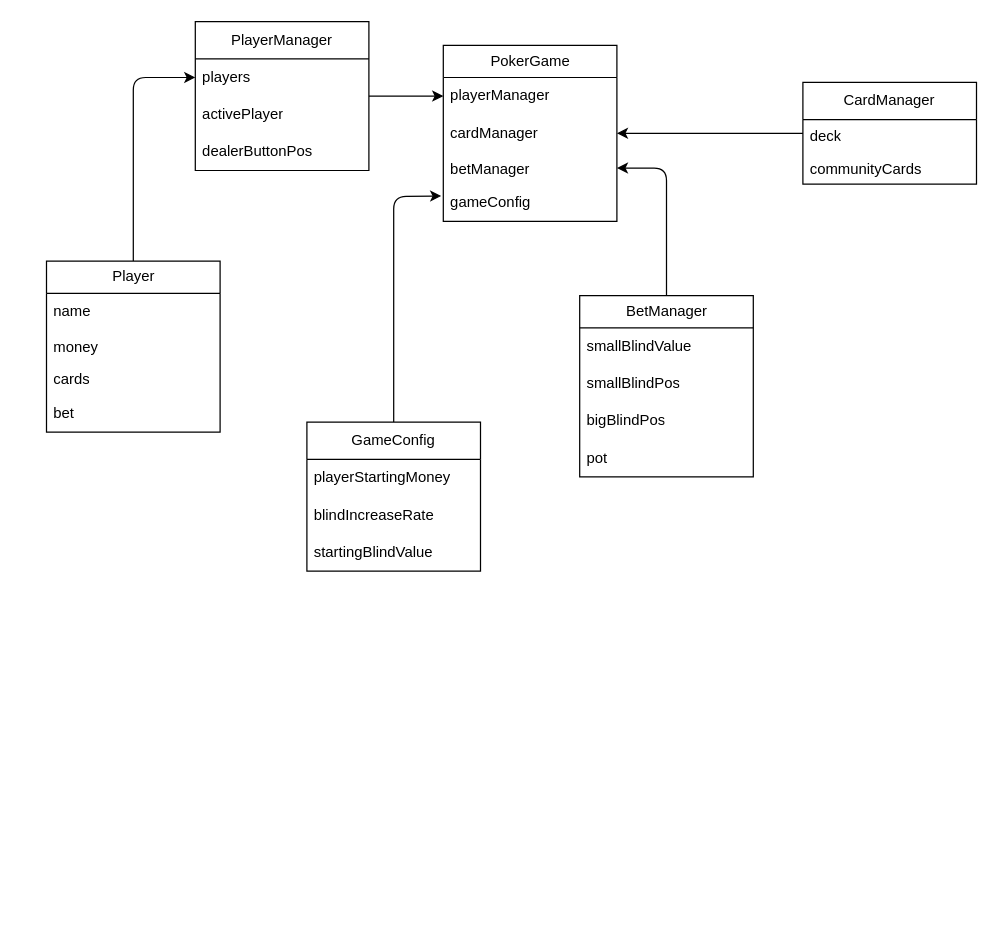
YSchilling/pokernight keeps this draw.io diagram as design/architecture.drawio. Above is the earlier version. Source tidied: cells renumbered, new cells numbered last; positions are measured from the earlier drawing's top-left corner, leaving out a move shared by most shapes. Both pictures are drawn from the tidied source at 124%, with x=0, y=0 at pixel (46, 21).
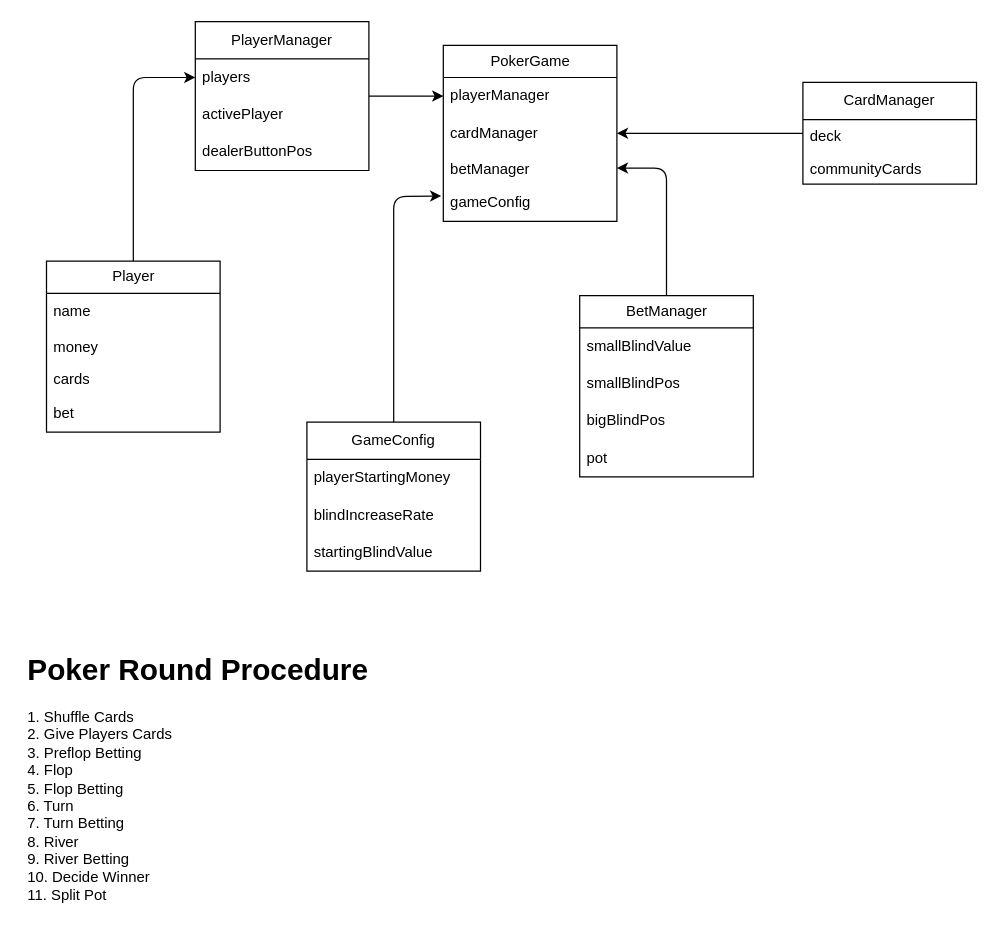
After the change.

What changed in the source:
```diff
@@
+    <mxCell id="33" value="&lt;h1&gt;&lt;span style=&quot;background-color: initial;&quot;&gt;Poker Round Procedure&lt;/span&gt;&lt;br&gt;&lt;/h1&gt;&lt;div&gt;1. Shuffle Cards&lt;/div&gt;&lt;div&gt;2. Give Players Cards&lt;/div&gt;&lt;div&gt;3. Preflop Betting&lt;/div&gt;&lt;div&gt;4. Flop&lt;/div&gt;&lt;div&gt;&lt;div style=&quot;border-color: var(--border-color);&quot;&gt;5. Flop Betting&lt;/div&gt;&lt;div style=&quot;border-color: var(--border-color);&quot;&gt;6. Turn&lt;/div&gt;&lt;/div&gt;&lt;div style=&quot;border-color: var(--border-color);&quot;&gt;&lt;span style=&quot;background-color: initial;&quot;&gt;7. Turn Betting&lt;/span&gt;&lt;br&gt;&lt;/div&gt;&lt;div style=&quot;border-color: var(--border-color);&quot;&gt;&lt;div style=&quot;border-color: var(--border-color);&quot;&gt;8. River&lt;/div&gt;&lt;div style=&quot;border-color: var(--border-color);&quot;&gt;&lt;span style=&quot;background-color: initial;&quot;&gt;9. River Betting&lt;/span&gt;&lt;br&gt;&lt;/div&gt;&lt;div style=&quot;border-color: var(--border-color);&quot;&gt;&lt;div style=&quot;border-color: var(--border-color);&quot;&gt;10. Decide Winner&lt;/div&gt;&lt;div style=&quot;border-color: var(--border-color);&quot;&gt;11. Split Pot&lt;/div&gt;&lt;div style=&quot;border-color: var(--border-color);&quot;&gt;&lt;br&gt;&lt;/div&gt;&lt;div style=&quot;border-color: var(--border-color);&quot;&gt;&lt;br&gt;&lt;/div&gt;&lt;/div&gt;&lt;/div&gt;" style="text;html=1;strokeColor=none;fillColor=none;spacing=5;spacingTop=-20;whiteSpace=wrap;overflow=hidden;rounded=0;" parent="1" vertex="1">
+      <mxGeometry x="-20" y="503" width="370" height="220" as="geometry" />
+    </mxCell>
```
